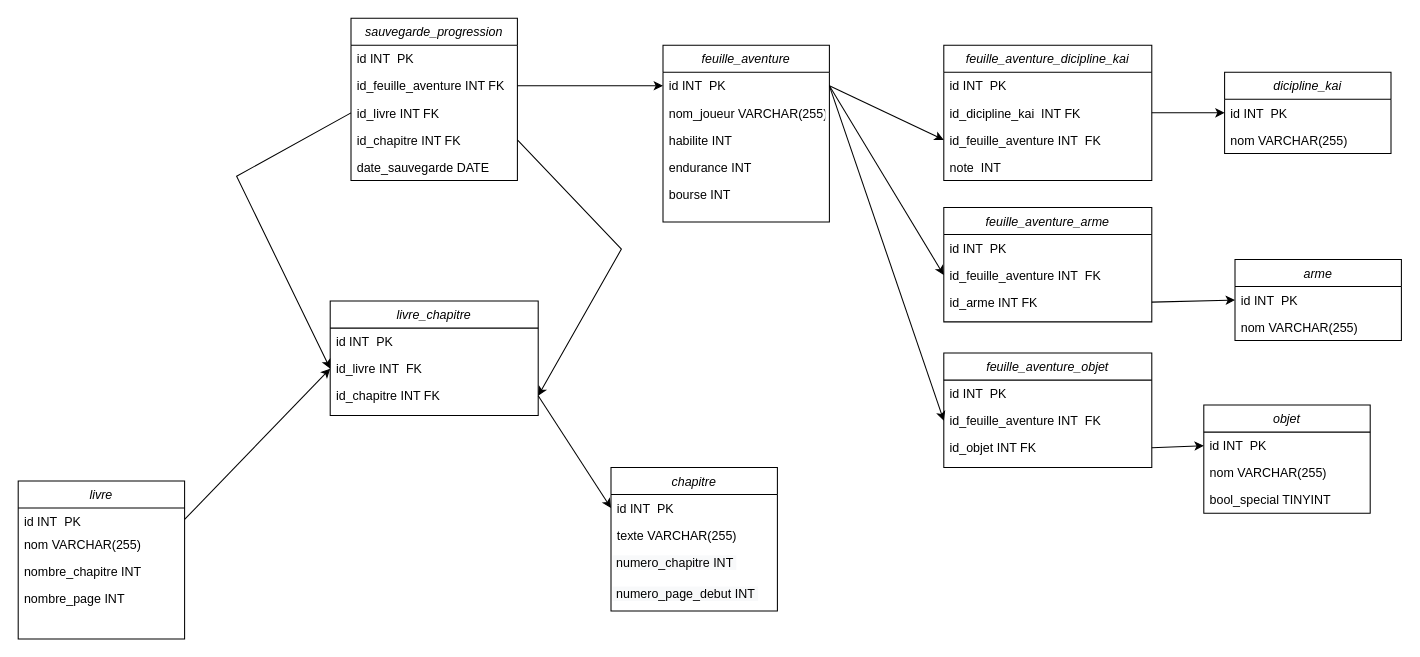
Before: ressources/Diagramme_Livre.drawio in 2137889-Benyssad-Elyas/BD_Exercice11, a draw.io diagram. Source tidied: cells renumbered, new cells numbered last; positions are measured from the earlier drawing's top-left corner, leaving out a move shared by most shapes. Both pictures are drawn from the tidied source at 104%, with x=0, y=0 at pixel (18, 18).
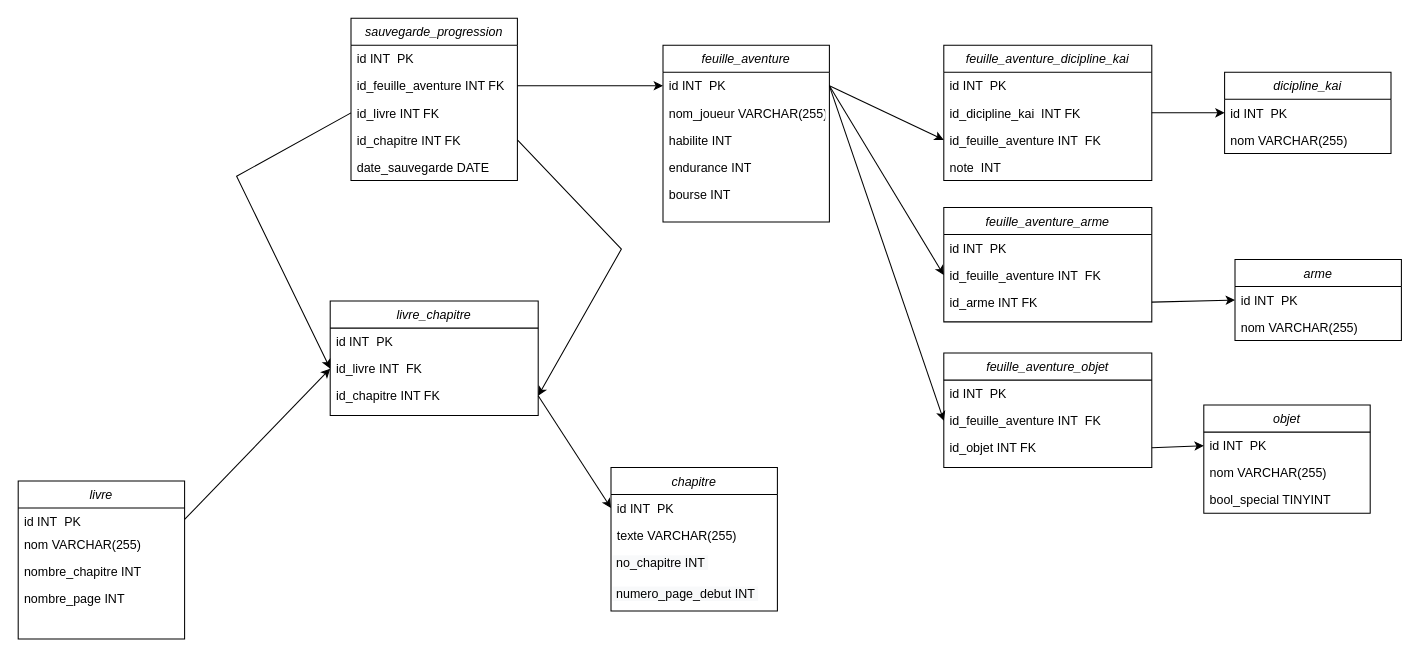
The same diagram, later.

The change refers to these unchanged cells:
```xml
<mxCell id="16" value="chapitre" style="swimlane;fontStyle=2;align=center;verticalAlign=top;horizontal=1;startSize=26;rounded=0;shadow=0;strokeWidth=1;" parent="1" vertex="1">
  <mxGeometry x="570" y="432" width="160" height="138" as="geometry" />
</mxCell>
```

Diff of the diagram source:
```diff
@@
-    <mxCell id="19" value="&lt;span style=&quot;color: rgb(0 , 0 , 0) ; font-family: &amp;#34;helvetica&amp;#34; ; font-size: 12px ; font-style: normal ; font-weight: 400 ; letter-spacing: normal ; text-align: left ; text-indent: 0px ; text-transform: none ; word-spacing: 0px ; background-color: rgb(248 , 249 , 250) ; display: inline ; float: none&quot;&gt;&amp;nbsp;numero_chapitre INT&amp;nbsp;&lt;/span&gt;" style="text;whiteSpace=wrap;html=1;" parent="16" vertex="1">
+    <mxCell id="19" value="&lt;span style=&quot;color: rgb(0 , 0 , 0) ; font-family: &amp;quot;helvetica&amp;quot; ; font-size: 12px ; font-style: normal ; font-weight: 400 ; letter-spacing: normal ; text-align: left ; text-indent: 0px ; text-transform: none ; word-spacing: 0px ; background-color: rgb(248 , 249 , 250) ; display: inline ; float: none&quot;&gt;&amp;nbsp;no_chapitre INT&amp;nbsp;&lt;/span&gt;" style="text;whiteSpace=wrap;html=1;" parent="16" vertex="1">
       <mxGeometry y="78" width="160" height="30" as="geometry" />
     </mxCell>
```
